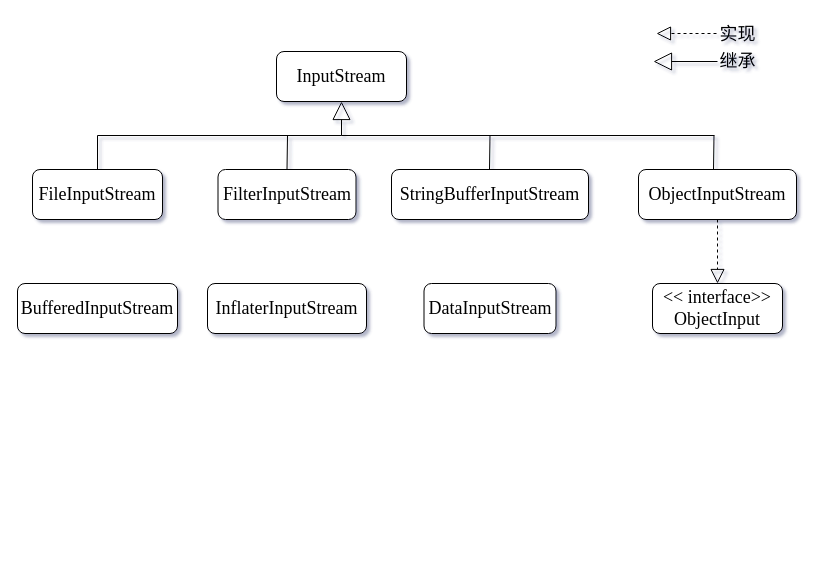
The draw.io diagram 未命名绘图.drawio in AruNi-01/draw.io-repo, before the edit. Source tidied: cells renumbered, new cells numbered last; positions are measured from the earlier drawing's top-left corner, leaving out a move shared by most shapes. Both pictures are drawn from the tidied source at 100%, with x=0, y=0 at pixel (17, 17).
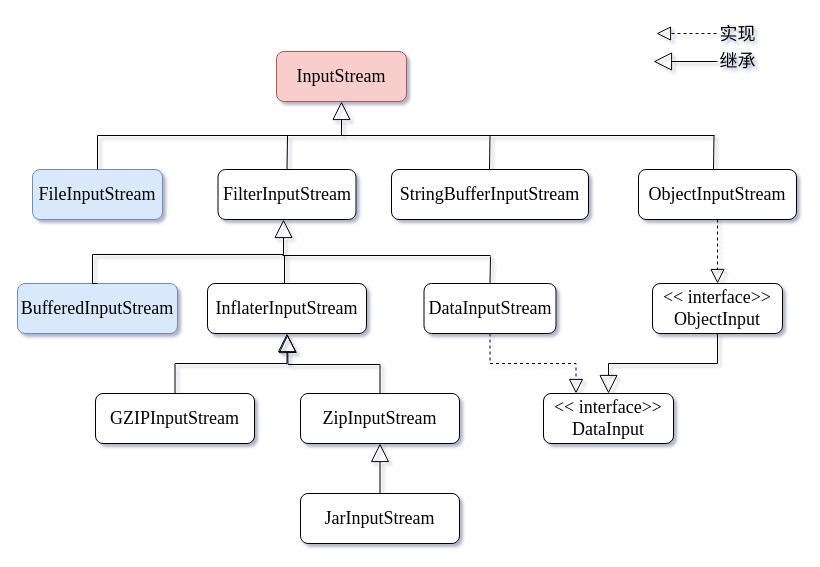
The same page after the edit.

Commit message (it also covers changes not shown here):
更新未命名绘图.drawio

Unchanged cells that the change refers to:
```xml
<mxCell id="3" value="&lt;font face=&quot;Times New Roman&quot; style=&quot;font-size: 18px;&quot;&gt;&amp;lt;&amp;lt; interface&amp;gt;&amp;gt;&lt;br&gt;ObjectInput&lt;/font&gt;" style="rounded=1;whiteSpace=wrap;html=1;" parent="1" vertex="1">
  <mxGeometry x="635" y="266" width="130" height="50" as="geometry" />
</mxCell>
<mxCell id="4" value="&lt;font face=&quot;Times New Roman&quot; style=&quot;font-size: 18px;&quot;&gt;DataInputStream&lt;/font&gt;" style="rounded=1;whiteSpace=wrap;html=1;" parent="1" vertex="1">
  <mxGeometry x="406.5" y="266" width="132" height="50" as="geometry" />
</mxCell>
<mxCell id="5" value="&lt;font face=&quot;Times New Roman&quot; style=&quot;font-size: 18px;&quot;&gt;InflaterInputStream&lt;/font&gt;" style="rounded=1;whiteSpace=wrap;html=1;" parent="1" vertex="1">
  <mxGeometry x="190" y="266" width="159" height="50" as="geometry" />
</mxCell>
```

Change to the diagram source:
```diff
@@
-    <mxCell id="2" value="&lt;font face=&quot;Times New Roman&quot; style=&quot;font-size: 18px;&quot;&gt;InputStream&lt;/font&gt;" style="rounded=1;whiteSpace=wrap;html=1;" parent="1" vertex="1">
+    <mxCell id="2" value="&lt;font face=&quot;Times New Roman&quot; style=&quot;font-size: 18px;&quot;&gt;InputStream&lt;/font&gt;" style="rounded=1;whiteSpace=wrap;html=1;fillColor=#f8cecc;strokeColor=#b85450;" parent="1" vertex="1">
       <mxGeometry x="259" y="34" width="130" height="50" as="geometry" />
     </mxCell>
@@
-    <mxCell id="6" value="&lt;font face=&quot;Times New Roman&quot; style=&quot;font-size: 18px;&quot;&gt;BufferedInputStream&lt;/font&gt;" style="rounded=1;whiteSpace=wrap;html=1;" parent="1" vertex="1">
+    <mxCell id="6" value="&lt;font face=&quot;Times New Roman&quot; style=&quot;font-size: 18px;&quot;&gt;BufferedInputStream&lt;/font&gt;" style="rounded=1;whiteSpace=wrap;html=1;fillColor=#dae8fc;strokeColor=#6c8ebf;" parent="1" vertex="1">
       <mxGeometry y="266" width="160" height="50" as="geometry" />
     </mxCell>
@@
-    <mxCell id="10" value="&lt;font face=&quot;Times New Roman&quot; style=&quot;font-size: 18px;&quot;&gt;FileInputStream&lt;/font&gt;" style="rounded=1;whiteSpace=wrap;html=1;" parent="1" vertex="1">
+    <mxCell id="10" value="&lt;font face=&quot;Times New Roman&quot; style=&quot;font-size: 18px;&quot;&gt;FileInputStream&lt;/font&gt;" style="rounded=1;whiteSpace=wrap;html=1;fillColor=#dae8fc;strokeColor=#6c8ebf;" parent="1" vertex="1">
       <mxGeometry x="15" y="152" width="130" height="50" as="geometry" />
     </mxCell>
@@
+    <mxCell id="21" style="endArrow=block;endSize=16;endFill=0;html=1;rounded=0;fontFamily=Times New Roman;fontSize=18;exitX=0.5;exitY=0;exitDx=0;exitDy=0;edgeStyle=orthogonalEdgeStyle;" parent="1" edge="1" source="6">
+      <mxGeometry relative="1" as="geometry">
+        <mxPoint x="266" y="202" as="targetPoint" />
+        <Array as="points">
+          <mxPoint x="75" y="266" />
+          <mxPoint x="75" y="237" />
+          <mxPoint x="266" y="237" />
+        </Array>
+      </mxGeometry>
+    </mxCell>
+    <mxCell id="22" style="endArrow=none;html=1;rounded=0;fontFamily=Times New Roman;fontSize=18;" parent="1" edge="1">
+      <mxGeometry relative="1" as="geometry">
+        <mxPoint x="265" y="238" as="sourcePoint" />
+        <mxPoint x="473" y="238" as="targetPoint" />
+      </mxGeometry>
+    </mxCell>
+    <mxCell id="23" style="endArrow=none;html=1;rounded=0;fontFamily=Times New Roman;fontSize=18;" parent="1" edge="1">
+      <mxGeometry relative="1" as="geometry">
+        <mxPoint x="267" y="238" as="sourcePoint" />
+        <mxPoint x="267" y="266" as="targetPoint" />
+      </mxGeometry>
+    </mxCell>
+    <mxCell id="24" style="endArrow=none;html=1;rounded=0;fontFamily=Times New Roman;fontSize=18;exitX=0.5;exitY=0;exitDx=0;exitDy=0;" parent="1" edge="1" source="4">
+      <mxGeometry relative="1" as="geometry">
+        <mxPoint x="473" y="239" as="targetPoint" />
+      </mxGeometry>
+    </mxCell>
+    <mxCell id="25" value="&lt;font face=&quot;Times New Roman&quot; style=&quot;font-size: 18px;&quot;&gt;GZIPInputStream&lt;/font&gt;" style="rounded=1;whiteSpace=wrap;html=1;" parent="1" vertex="1">
+      <mxGeometry x="78" y="376" width="159" height="50" as="geometry" />
+    </mxCell>
+    <mxCell id="26" value="&lt;font face=&quot;Times New Roman&quot; style=&quot;font-size: 18px;&quot;&gt;ZipInputStream&lt;/font&gt;" style="rounded=1;whiteSpace=wrap;html=1;" parent="1" vertex="1">
+      <mxGeometry x="283" y="376" width="159" height="50" as="geometry" />
+    </mxCell>
+    <mxCell id="27" value="&lt;font face=&quot;Times New Roman&quot; style=&quot;font-size: 18px;&quot;&gt;JarInputStream&lt;/font&gt;" style="rounded=1;whiteSpace=wrap;html=1;" parent="1" vertex="1">
+      <mxGeometry x="283" y="476" width="159" height="50" as="geometry" />
+    </mxCell>
+    <mxCell id="28" style="endArrow=block;endSize=16;endFill=0;html=1;rounded=0;fontFamily=Times New Roman;fontSize=18;entryX=0.5;entryY=1;entryDx=0;entryDy=0;exitX=0.5;exitY=0;exitDx=0;exitDy=0;edgeStyle=orthogonalEdgeStyle;" parent="1" edge="1" source="25" target="5">
+      <mxGeometry relative="1" as="geometry" />
+    </mxCell>
+    <mxCell id="29" style="endArrow=block;endSize=16;endFill=0;html=1;rounded=0;fontFamily=Times New Roman;fontSize=18;exitX=0.5;exitY=0;exitDx=0;exitDy=0;edgeStyle=orthogonalEdgeStyle;" parent="1" edge="1" source="26">
+      <mxGeometry relative="1" as="geometry">
+        <mxPoint x="270" y="317" as="targetPoint" />
+      </mxGeometry>
+    </mxCell>
+    <mxCell id="30" style="endArrow=block;endSize=16;endFill=0;html=1;rounded=0;fontFamily=Times New Roman;fontSize=18;entryX=0.5;entryY=1;entryDx=0;entryDy=0;edgeStyle=orthogonalEdgeStyle;exitX=0.5;exitY=0;exitDx=0;exitDy=0;" parent="1" edge="1" source="27" target="26">
+      <mxGeometry relative="1" as="geometry" />
+    </mxCell>
+    <mxCell id="31" value="&lt;font face=&quot;Times New Roman&quot; style=&quot;font-size: 18px;&quot;&gt;&amp;lt;&amp;lt; interface&amp;gt;&amp;gt;&lt;br&gt;DataInput&lt;/font&gt;" style="rounded=1;whiteSpace=wrap;html=1;" parent="1" vertex="1">
+      <mxGeometry x="526" y="376" width="130" height="50" as="geometry" />
+    </mxCell>
+    <mxCell id="32" style="endArrow=block;endSize=16;endFill=0;html=1;rounded=0;fontFamily=Times New Roman;fontSize=18;entryX=0.5;entryY=0;entryDx=0;entryDy=0;edgeStyle=orthogonalEdgeStyle;exitX=0.5;exitY=1;exitDx=0;exitDy=0;" parent="1" edge="1" source="3" target="31">
+      <mxGeometry relative="1" as="geometry" />
+    </mxCell>
+    <mxCell id="33" style="endArrow=block;dashed=1;endFill=0;endSize=12;html=1;rounded=0;fontFamily=Times New Roman;fontSize=18;entryX=0.25;entryY=0;entryDx=0;entryDy=0;exitX=0.5;exitY=1;exitDx=0;exitDy=0;edgeStyle=orthogonalEdgeStyle;" parent="1" edge="1" source="4" target="31">
+      <mxGeometry relative="1" as="geometry" />
+    </mxCell>
```
